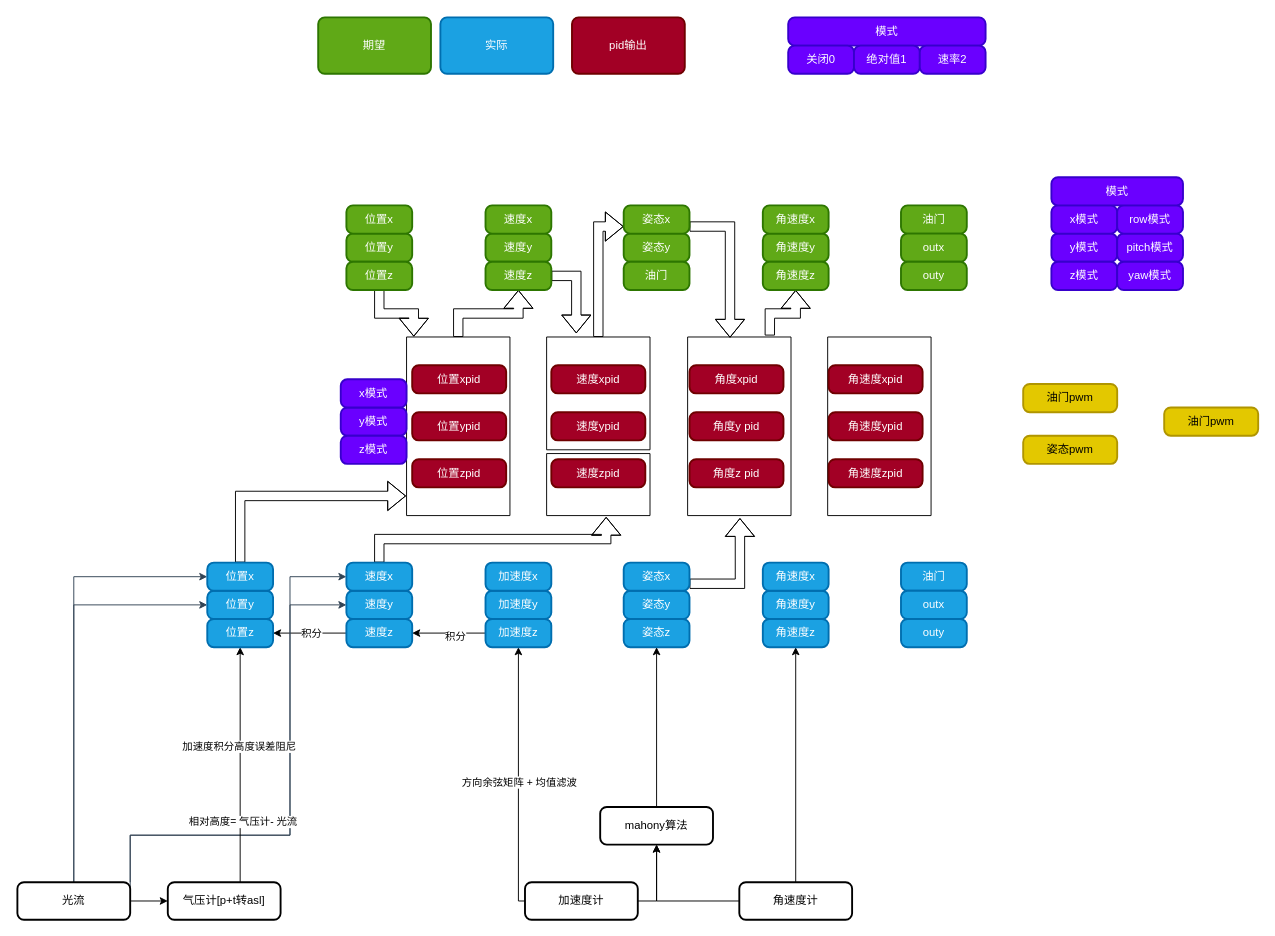
renxinlin/- keeps this draw.io diagram as fly.drawio. Above is the earlier version. Source tidied: cells renumbered, new cells numbered last; positions are measured from the earlier drawing's top-left corner, leaving out a move shared by most shapes. Both pictures are drawn from the tidied source at 94%, with x=0, y=0 at pixel (17, 17).
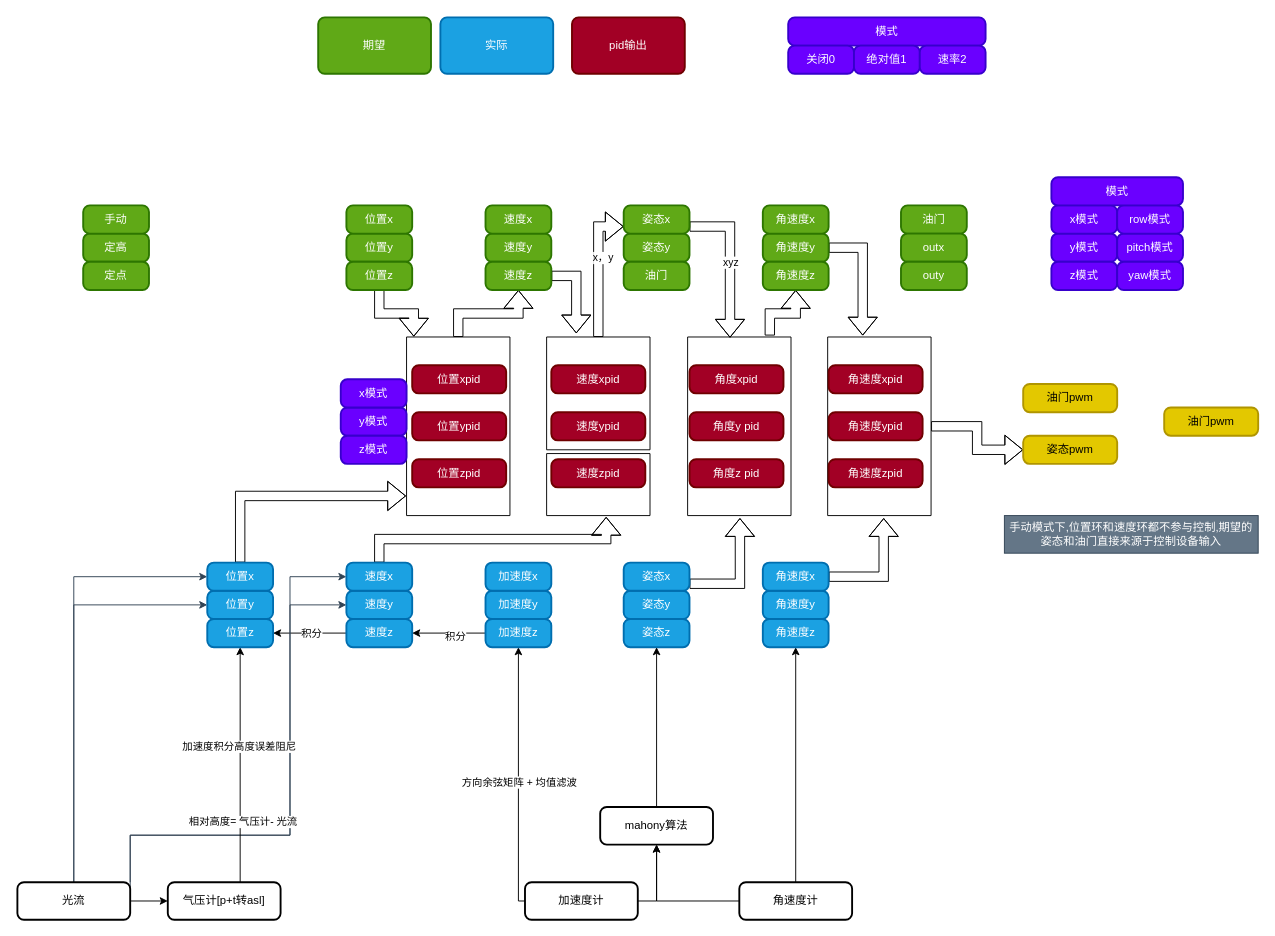
After the change.

Unchanged cells that the change refers to:
```xml
<mxCell id="5" style="edgeStyle=orthogonalEdgeStyle;shape=flexArrow;rounded=0;jettySize=auto;html=1;entryX=0;entryY=0.75;entryDx=0;entryDy=0;" parent="1" edge="1" source="6" target="31">
  <mxGeometry relative="1" as="geometry" />
</mxCell>
<mxCell id="9" style="verticalLabelPosition=bottom;verticalAlign=top;html=1;shape=mxgraph.basic.rect;fillColor2=none;strokeWidth=1;size=20;indent=5;" parent="1" vertex="1">
  <mxGeometry x="862" y="340" width="110" height="190" as="geometry" />
</mxCell>
<mxCell id="30" style="edgeStyle=orthogonalEdgeStyle;shape=flexArrow;rounded=0;jettySize=auto;html=1;exitX=1;exitY=0.75;exitDx=0;exitDy=0;entryX=0.41;entryY=0.004;entryDx=0;entryDy=0;entryPerimeter=0;" parent="1" edge="1" source="31" target="8">
  <mxGeometry relative="1" as="geometry" />
</mxCell>
<mxCell id="32" value="角速度y" style="rounded=1;whiteSpace=wrap;html=1;absoluteArcSize=1;arcSize=14;strokeWidth=2;fillColor=#60a917;fontColor=#ffffff;strokeColor=#2D7600;" parent="1" vertex="1">
  <mxGeometry x="793" y="230" width="70" height="30" as="geometry" />
</mxCell>
<mxCell id="78" value="角速度x" style="rounded=1;whiteSpace=wrap;html=1;absoluteArcSize=1;arcSize=14;strokeWidth=2;fillColor=#1ba1e2;fontColor=#ffffff;strokeColor=#006EAF;" parent="1" vertex="1">
  <mxGeometry x="793" y="580" width="70" height="30" as="geometry" />
</mxCell>
<mxCell id="94" value="姿态pwm" style="rounded=1;whiteSpace=wrap;html=1;absoluteArcSize=1;arcSize=14;strokeWidth=2;fillColor=#e3c800;fontColor=#000000;strokeColor=#B09500;" parent="1" vertex="1">
  <mxGeometry x="1070" y="445" width="100" height="30" as="geometry" />
</mxCell>
```

What changed in the source:
```diff
@@
+    <mxCell id="104" value="手动模式下,位置环和速度环都不参与控制,期望的姿态和油门直接来源于控制设备输入" style="rounded=0;whiteSpace=wrap;html=1;fillColor=#647687;fontColor=#ffffff;strokeColor=#314354;" parent="1" vertex="1">
+      <mxGeometry x="1050" y="530" width="270" height="40" as="geometry" />
+    </mxCell>
@@
+    <mxCell id="105" value="x，y" style="edgeLabel;html=1;align=center;verticalAlign=middle;" parent="5" vertex="1">
+      <mxGeometry x="0.18" y="-4" relative="1" as="geometry" />
+    </mxCell>
@@
+    <mxCell id="106" style="edgeStyle=orthogonalEdgeStyle;shape=flexArrow;rounded=0;jettySize=auto;html=1;entryX=0;entryY=0.5;entryDx=0;entryDy=0;" parent="1" edge="1" source="9" target="94">
+      <mxGeometry relative="1" as="geometry" />
+    </mxCell>
@@
+    <mxCell id="107" value="xyz" style="edgeLabel;html=1;align=center;verticalAlign=middle;" parent="30" vertex="1">
+      <mxGeometry x="0.01" relative="1" as="geometry" />
+    </mxCell>
@@
+    <mxCell id="108" style="edgeStyle=orthogonalEdgeStyle;shape=flexArrow;rounded=0;jettySize=auto;html=1;exitX=1;exitY=0.5;exitDx=0;exitDy=0;entryX=0.339;entryY=-0.008;entryDx=0;entryDy=0;entryPerimeter=0;" parent="1" edge="1" source="32" target="9">
+      <mxGeometry relative="1" as="geometry" />
+    </mxCell>
@@
-    <mxCell id="75" value="油门" style="rounded=1;whiteSpace=wrap;html=1;absoluteArcSize=1;arcSize=14;strokeWidth=2;fillColor=#1ba1e2;fontColor=#ffffff;strokeColor=#006EAF;" parent="1" vertex="1">
-      <mxGeometry x="940" y="580" width="70" height="30" as="geometry" />
-    </mxCell>
@@
+    <mxCell id="109" style="edgeStyle=orthogonalEdgeStyle;shape=flexArrow;rounded=0;jettySize=auto;html=1;exitX=1;exitY=0.5;exitDx=0;exitDy=0;entryX=0.542;entryY=1.014;entryDx=0;entryDy=0;entryPerimeter=0;" parent="1" edge="1" source="78" target="9">
+      <mxGeometry relative="1" as="geometry" />
+    </mxCell>
@@
-    <mxCell id="79" value="outx" style="rounded=1;whiteSpace=wrap;html=1;absoluteArcSize=1;arcSize=14;strokeWidth=2;fillColor=#1ba1e2;fontColor=#ffffff;strokeColor=#006EAF;" parent="1" vertex="1">
-      <mxGeometry x="940" y="610" width="70" height="30" as="geometry" />
-    </mxCell>
-    <mxCell id="80" value="outy" style="rounded=1;whiteSpace=wrap;html=1;absoluteArcSize=1;arcSize=14;strokeWidth=2;fillColor=#1ba1e2;fontColor=#ffffff;strokeColor=#006EAF;" parent="1" vertex="1">
-      <mxGeometry x="940" y="640" width="70" height="30" as="geometry" />
-    </mxCell>
@@
+    <mxCell id="110" value="定高" style="rounded=1;whiteSpace=wrap;html=1;absoluteArcSize=1;arcSize=14;strokeWidth=2;fillColor=#60a917;fontColor=#ffffff;strokeColor=#2D7600;" parent="1" vertex="1">
+      <mxGeometry x="70" y="230" width="70" height="30" as="geometry" />
+    </mxCell>
+    <mxCell id="111" value="手动" style="rounded=1;whiteSpace=wrap;html=1;absoluteArcSize=1;arcSize=14;strokeWidth=2;fillColor=#60a917;fontColor=#ffffff;strokeColor=#2D7600;" parent="1" vertex="1">
+      <mxGeometry x="70" y="200" width="70" height="30" as="geometry" />
+    </mxCell>
+    <mxCell id="112" value="定点" style="rounded=1;whiteSpace=wrap;html=1;absoluteArcSize=1;arcSize=14;strokeWidth=2;fillColor=#60a917;fontColor=#ffffff;strokeColor=#2D7600;" parent="1" vertex="1">
+      <mxGeometry x="70" y="260" width="70" height="30" as="geometry" />
+    </mxCell>
```
